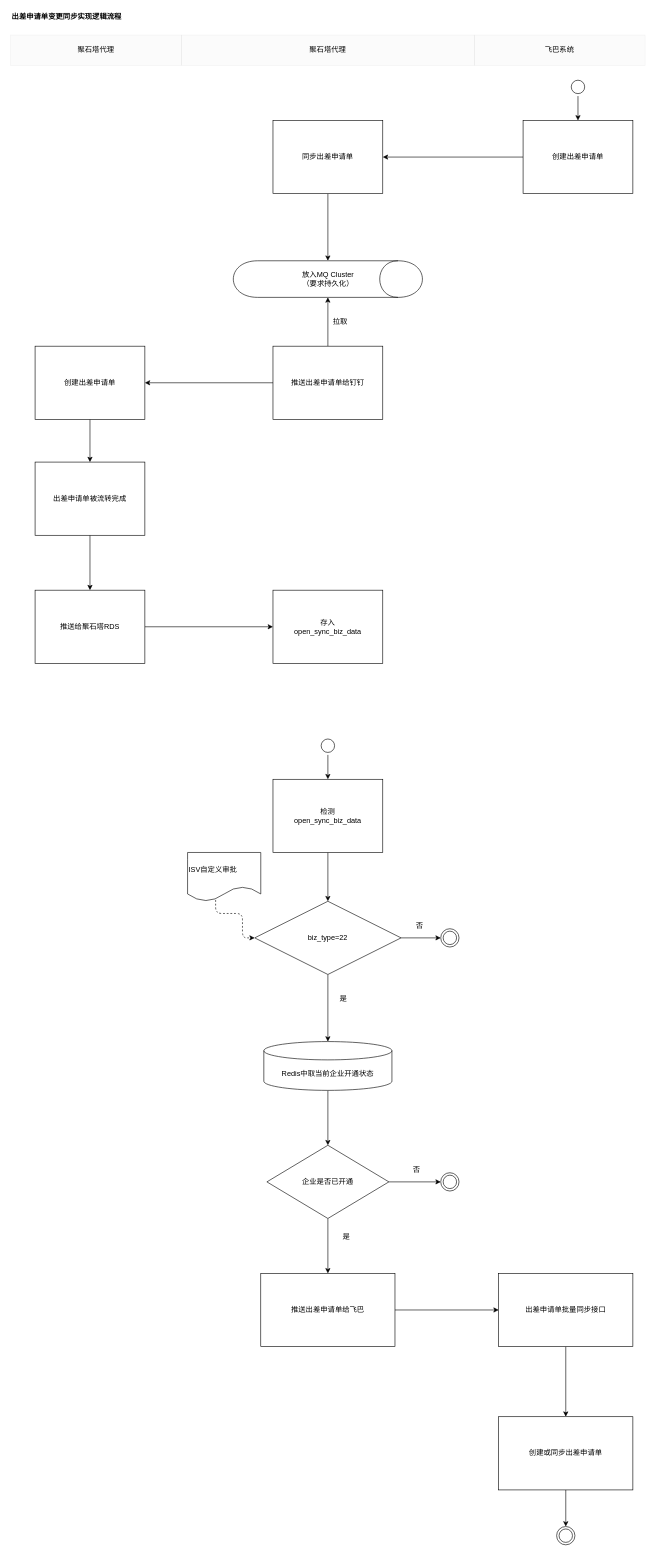
This is page "trip_update_001" (2 of 2) of src/work/flyby/present/dingtalk-impl-trip.drawio from ab-doc/draw.io, a draw.io file, before an edit. Source tidied: cells renumbered, new cells numbered last; positions are measured from the earlier drawing's top-left corner, leaving out a move shared by most shapes. Both pictures are drawn from the tidied source at 61%, with x=0, y=0 at pixel (10, 10).
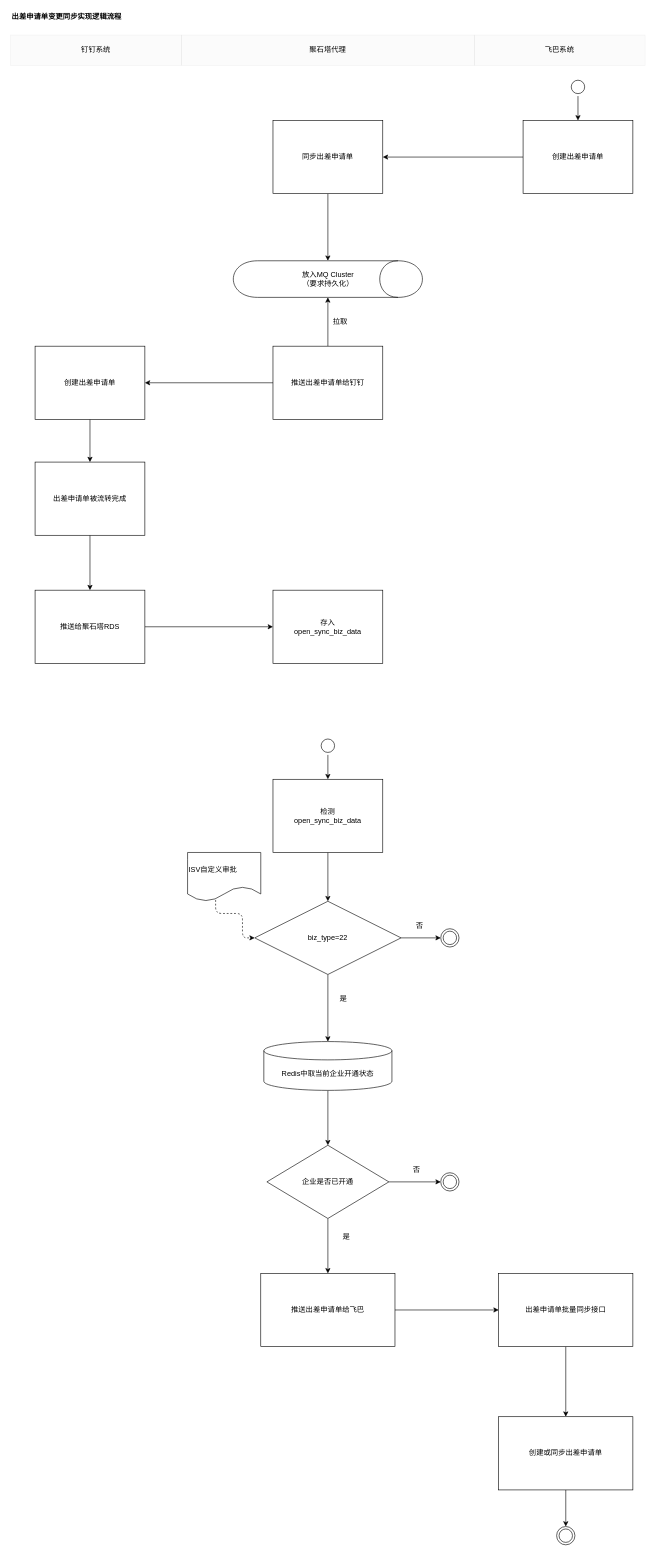
The same page after the edit.

What changed in the source:
```diff
@@
-    <mxCell id="49" value="聚石塔代理" style="rounded=0;whiteSpace=wrap;html=1;opacity=5;fillColor=#B3B3B3;" parent="1" vertex="1">
+    <mxCell id="49" value="钉钉系统" style="rounded=0;whiteSpace=wrap;html=1;opacity=5;fillColor=#B3B3B3;" parent="1" vertex="1">
       <mxGeometry y="40" width="280" height="50" as="geometry" />
     </mxCell>
```
